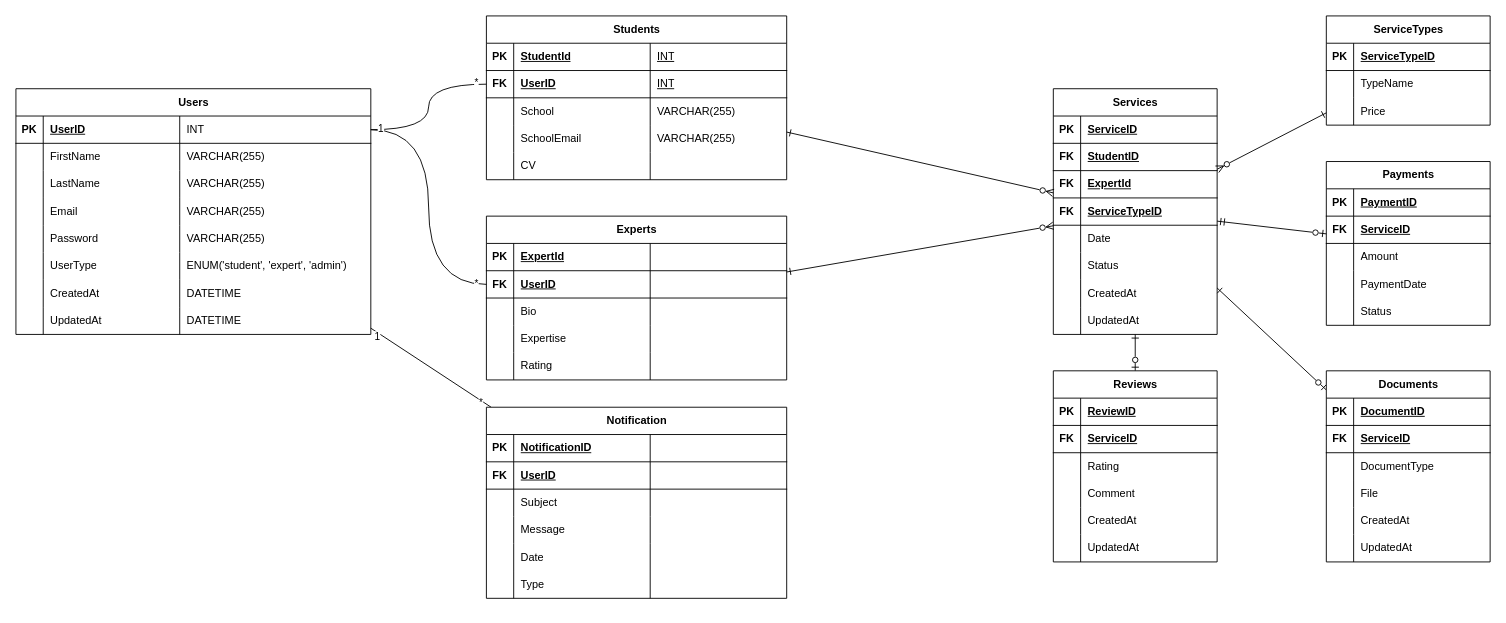
Before: ERD.drawio in tamir-cqu/uml-diagram, a draw.io diagram. Source tidied: cells renumbered, new cells numbered last; positions are measured from the earlier drawing's top-left corner, leaving out a move shared by most shapes. Both pictures are drawn from the tidied source at 91%, with x=0, y=0 at pixel (15, 15).
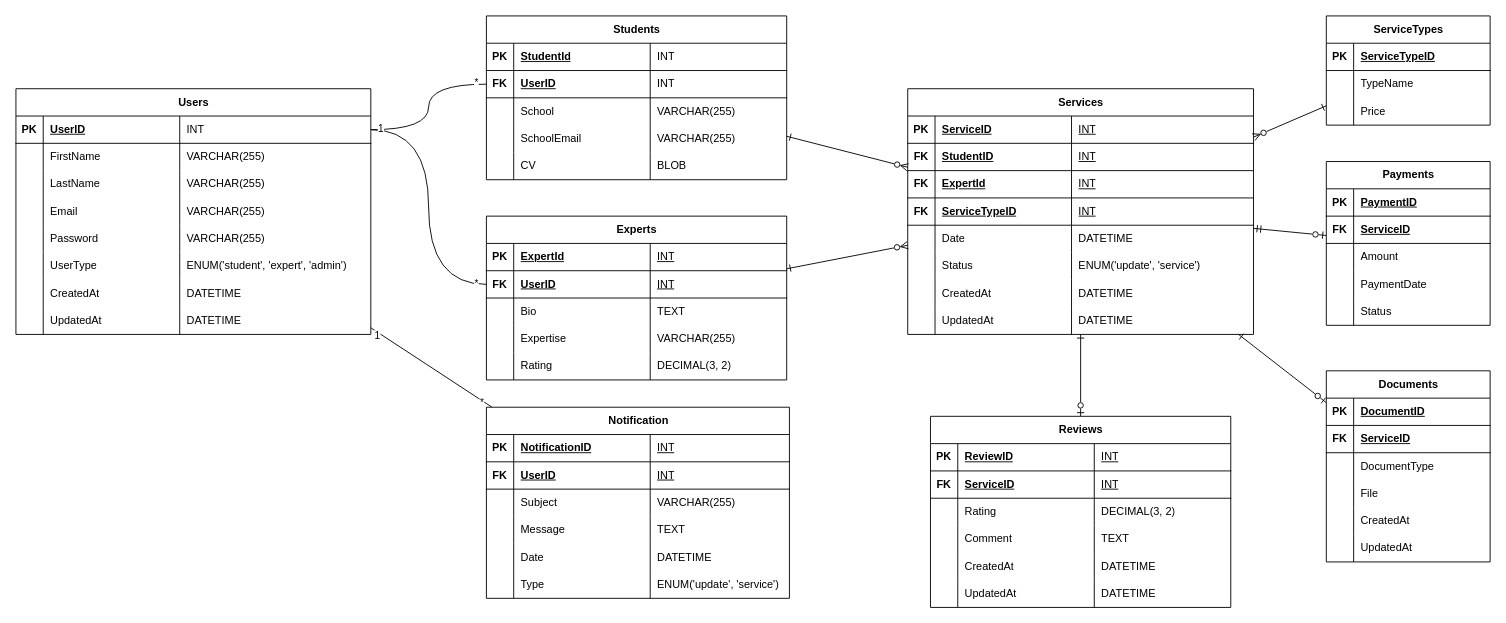
The same page after the edit.

Unchanged cells that the change refers to:
```xml
<mxCell id="36" style="shape=tableRow;horizontal=0;startSize=0;swimlaneHead=0;swimlaneBody=0;fillColor=none;top=0;left=0;right=0;bottom=1;" parent="35" vertex="1">
  <mxGeometry y="30" width="330" height="30" as="geometry" />
</mxCell>
<mxCell id="40" style="shape=tableRow;horizontal=0;startSize=0;swimlaneHead=0;swimlaneBody=0;fillColor=none;points=[[0,0.5],[1,0.5]];portConstraint=eastwest;top=0;left=0;right=0;bottom=1;" parent="35" vertex="1">
  <mxGeometry y="60" width="330" height="30" as="geometry" />
</mxCell>
<mxCell id="44" style="shape=tableRow;horizontal=0;startSize=0;swimlaneHead=0;swimlaneBody=0;fillColor=none;top=0;left=0;right=0;bottom=0;" parent="35" vertex="1">
  <mxGeometry y="90" width="330" height="30" as="geometry" />
</mxCell>
<mxCell id="48" style="shape=tableRow;horizontal=0;startSize=0;swimlaneHead=0;swimlaneBody=0;fillColor=none;top=0;left=0;right=0;bottom=0;" parent="35" vertex="1">
  <mxGeometry y="120" width="330" height="30" as="geometry" />
</mxCell>
<mxCell id="52" style="shape=tableRow;horizontal=0;startSize=0;swimlaneHead=0;swimlaneBody=0;fillColor=none;top=0;left=0;right=0;bottom=0;" parent="35" vertex="1">
  <mxGeometry y="150" width="330" height="30" as="geometry" />
</mxCell>
<mxCell id="60" style="shape=tableRow;horizontal=0;startSize=0;swimlaneHead=0;swimlaneBody=0;fillColor=none;top=0;left=0;right=0;bottom=1;" parent="59" vertex="1">
  <mxGeometry y="30" width="330" height="30" as="geometry" />
</mxCell>
<mxCell id="64" style="shape=tableRow;horizontal=0;startSize=0;swimlaneHead=0;swimlaneBody=0;fillColor=none;points=[[0,0.5],[1,0.5]];portConstraint=eastwest;top=0;left=0;right=0;bottom=1;" parent="59" vertex="1">
  <mxGeometry y="60" width="330" height="30" as="geometry" />
</mxCell>
<mxCell id="76" style="shape=tableRow;horizontal=0;startSize=0;swimlaneHead=0;swimlaneBody=0;fillColor=none;top=0;left=0;right=0;bottom=0;" parent="59" vertex="1">
  <mxGeometry y="150" width="330" height="30" as="geometry" />
</mxCell>
```

Diff of the diagram source:
```diff
@@
-    <mxCell id="39" style="shape=partialRectangle;fillColor=none;top=0;left=0;bottom=0;right=0;align=left;spacingLeft=6;fontStyle=5;overflow=hidden;whiteSpace=wrap;html=1;" parent="36" vertex="1">
+    <mxCell id="39" value="&lt;span style=&quot;font-weight: 400;&quot;&gt;INT&lt;/span&gt;" style="shape=partialRectangle;fillColor=none;top=0;left=0;bottom=0;right=0;align=left;spacingLeft=6;fontStyle=5;overflow=hidden;whiteSpace=wrap;html=1;" parent="36" vertex="1">
       <mxGeometry x="180" width="150" height="30" as="geometry" />
     </mxCell>
@@
-    <mxCell id="43" style="shape=partialRectangle;fillColor=none;top=0;left=0;bottom=0;right=0;align=left;spacingLeft=6;fontStyle=5;overflow=hidden;whiteSpace=wrap;html=1;" parent="40" vertex="1">
+    <mxCell id="43" value="&lt;span style=&quot;font-weight: 400;&quot;&gt;INT&lt;/span&gt;" style="shape=partialRectangle;fillColor=none;top=0;left=0;bottom=0;right=0;align=left;spacingLeft=6;fontStyle=5;overflow=hidden;whiteSpace=wrap;html=1;" parent="40" vertex="1">
       <mxGeometry x="180" width="150" height="30" as="geometry" />
     </mxCell>
@@
-    <mxCell id="47" style="shape=partialRectangle;fillColor=none;top=0;left=0;bottom=0;right=0;align=left;spacingLeft=6;overflow=hidden;whiteSpace=wrap;html=1;" parent="44" vertex="1">
+    <mxCell id="47" value="TEXT" style="shape=partialRectangle;fillColor=none;top=0;left=0;bottom=0;right=0;align=left;spacingLeft=6;overflow=hidden;whiteSpace=wrap;html=1;" parent="44" vertex="1">
       <mxGeometry x="180" width="150" height="30" as="geometry" />
     </mxCell>
@@
-    <mxCell id="51" style="shape=partialRectangle;fillColor=none;top=0;left=0;bottom=0;right=0;align=left;spacingLeft=6;overflow=hidden;whiteSpace=wrap;html=1;" parent="48" vertex="1">
+    <mxCell id="51" value="VARCHAR(255)" style="shape=partialRectangle;fillColor=none;top=0;left=0;bottom=0;right=0;align=left;spacingLeft=6;overflow=hidden;whiteSpace=wrap;html=1;" parent="48" vertex="1">
       <mxGeometry x="180" width="150" height="30" as="geometry" />
     </mxCell>
@@
-    <mxCell id="55" style="shape=partialRectangle;fillColor=none;top=0;left=0;bottom=0;right=0;align=left;spacingLeft=6;overflow=hidden;whiteSpace=wrap;html=1;" parent="52" vertex="1">
+    <mxCell id="55" value="&lt;span class=&quot;hljs-type&quot;&gt;DECIMAL&lt;/span&gt;(&lt;span class=&quot;hljs-number&quot;&gt;3&lt;/span&gt;, &lt;span class=&quot;hljs-number&quot;&gt;2&lt;/span&gt;)" style="shape=partialRectangle;fillColor=none;top=0;left=0;bottom=0;right=0;align=left;spacingLeft=6;overflow=hidden;whiteSpace=wrap;html=1;" parent="52" vertex="1">
       <mxGeometry x="180" width="150" height="30" as="geometry" />
     </mxCell>
@@
-    <mxCell id="63" value="&lt;span style=&quot;font-weight: 400;&quot;&gt;INT&lt;/span&gt;" style="shape=partialRectangle;fillColor=none;top=0;left=0;bottom=0;right=0;align=left;spacingLeft=6;fontStyle=5;overflow=hidden;whiteSpace=wrap;html=1;" parent="60" vertex="1">
+    <mxCell id="63" value="&lt;span style=&quot;&quot;&gt;INT&lt;/span&gt;" style="shape=partialRectangle;fillColor=none;top=0;left=0;bottom=0;right=0;align=left;spacingLeft=6;fontStyle=0;overflow=hidden;whiteSpace=wrap;html=1;" parent="60" vertex="1">
       <mxGeometry x="180" width="150" height="30" as="geometry" />
     </mxCell>
@@
-    <mxCell id="67" value="&lt;span style=&quot;font-weight: 400;&quot;&gt;INT&lt;/span&gt;" style="shape=partialRectangle;fillColor=none;top=0;left=0;bottom=0;right=0;align=left;spacingLeft=6;fontStyle=5;overflow=hidden;whiteSpace=wrap;html=1;" parent="64" vertex="1">
+    <mxCell id="67" value="&lt;span style=&quot;&quot;&gt;INT&lt;/span&gt;" style="shape=partialRectangle;fillColor=none;top=0;left=0;bottom=0;right=0;align=left;spacingLeft=6;fontStyle=0;overflow=hidden;whiteSpace=wrap;html=1;" parent="64" vertex="1">
       <mxGeometry x="180" width="150" height="30" as="geometry" />
     </mxCell>
@@
-    <mxCell id="79" value="&lt;span style=&quot;color: rgba(0, 0, 0, 0); font-family: monospace; font-size: 0px; text-wrap: nowrap;&quot;&gt;qawdqwd&lt;/span&gt;" style="shape=partialRectangle;fillColor=none;top=0;left=0;bottom=0;right=0;align=left;spacingLeft=6;overflow=hidden;whiteSpace=wrap;html=1;" parent="76" vertex="1">
+    <mxCell id="79" value="BLOB" style="shape=partialRectangle;fillColor=none;top=0;left=0;bottom=0;right=0;align=left;spacingLeft=6;overflow=hidden;whiteSpace=wrap;html=1;" parent="76" vertex="1">
       <mxGeometry x="180" width="150" height="30" as="geometry" />
     </mxCell>
@@
     <mxCell id="85" value="Services" style="shape=table;startSize=30;childLayout=tableLayout;rowLines=0;fontStyle=1;align=center;html=1;" parent="1" vertex="1">
-      <mxGeometry x="1140" y="80" width="180" height="270" as="geometry" />
+      <mxGeometry x="980" y="80" width="380" height="270" as="geometry" />
     </mxCell>
     <mxCell id="86" style="shape=tableRow;horizontal=0;startSize=0;swimlaneHead=0;swimlaneBody=0;fillColor=none;top=0;left=0;right=0;bottom=1;" parent="85" vertex="1">
-      <mxGeometry y="30" width="180" height="30" as="geometry" />
+      <mxGeometry y="30" width="380" height="30" as="geometry" />
     </mxCell>
@@
+    <mxCell id="205" value="&lt;span style=&quot;font-weight: 400;&quot;&gt;INT&lt;/span&gt;" style="shape=partialRectangle;fillColor=none;top=0;left=0;bottom=0;right=0;align=left;spacingLeft=6;fontStyle=5;overflow=hidden;whiteSpace=wrap;html=1;" parent="86" vertex="1">
+      <mxGeometry x="180" width="200" height="30" as="geometry" />
+    </mxCell>
     <mxCell id="89" style="shape=tableRow;horizontal=0;startSize=0;swimlaneHead=0;swimlaneBody=0;fillColor=none;top=0;left=0;right=0;bottom=1;" parent="85" vertex="1">
-      <mxGeometry y="60" width="180" height="30" as="geometry" />
+      <mxGeometry y="60" width="380" height="30" as="geometry" />
     </mxCell>
@@
+    <mxCell id="206" value="&lt;span style=&quot;font-weight: 400;&quot;&gt;INT&lt;/span&gt;" style="shape=partialRectangle;fillColor=none;top=0;left=0;bottom=0;right=0;align=left;spacingLeft=6;fontStyle=5;overflow=hidden;whiteSpace=wrap;html=1;" parent="89" vertex="1">
+      <mxGeometry x="180" width="200" height="30" as="geometry" />
+    </mxCell>
     <mxCell id="92" style="shape=tableRow;horizontal=0;startSize=0;swimlaneHead=0;swimlaneBody=0;fillColor=none;top=0;left=0;right=0;bottom=1;" parent="85" vertex="1">
-      <mxGeometry y="90" width="180" height="30" as="geometry" />
+      <mxGeometry y="90" width="380" height="30" as="geometry" />
     </mxCell>
@@
+    <mxCell id="207" value="&lt;span style=&quot;font-weight: 400;&quot;&gt;INT&lt;/span&gt;" style="shape=partialRectangle;fillColor=none;top=0;left=0;bottom=0;right=0;align=left;spacingLeft=6;fontStyle=5;overflow=hidden;whiteSpace=wrap;html=1;" parent="92" vertex="1">
+      <mxGeometry x="180" width="200" height="30" as="geometry" />
+    </mxCell>
     <mxCell id="95" style="shape=tableRow;horizontal=0;startSize=0;swimlaneHead=0;swimlaneBody=0;fillColor=none;top=0;left=0;right=0;bottom=1;" parent="85" vertex="1">
-      <mxGeometry y="120" width="180" height="30" as="geometry" />
+      <mxGeometry y="120" width="380" height="30" as="geometry" />
     </mxCell>
@@
+    <mxCell id="208" value="&lt;span style=&quot;font-weight: 400;&quot;&gt;INT&lt;/span&gt;" style="shape=partialRectangle;fillColor=none;top=0;left=0;bottom=0;right=0;align=left;spacingLeft=6;fontStyle=5;overflow=hidden;whiteSpace=wrap;html=1;" parent="95" vertex="1">
+      <mxGeometry x="180" width="200" height="30" as="geometry" />
+    </mxCell>
     <mxCell id="98" style="shape=tableRow;horizontal=0;startSize=0;swimlaneHead=0;swimlaneBody=0;fillColor=none;top=0;left=0;right=0;bottom=0;" parent="85" vertex="1">
-      <mxGeometry y="150" width="180" height="30" as="geometry" />
+      <mxGeometry y="150" width="380" height="30" as="geometry" />
     </mxCell>
@@
+    <mxCell id="209" value="DATETIME" style="shape=partialRectangle;fillColor=none;top=0;left=0;bottom=0;right=0;align=left;spacingLeft=6;overflow=hidden;whiteSpace=wrap;html=1;" parent="98" vertex="1">
+      <mxGeometry x="180" width="200" height="30" as="geometry" />
+    </mxCell>
     <mxCell id="101" style="shape=tableRow;horizontal=0;startSize=0;swimlaneHead=0;swimlaneBody=0;fillColor=none;top=0;left=0;right=0;bottom=0;" parent="85" vertex="1">
-      <mxGeometry y="180" width="180" height="30" as="geometry" />
+      <mxGeometry y="180" width="380" height="30" as="geometry" />
     </mxCell>
@@
+    <mxCell id="210" value="ENUM('update', 'service')" style="shape=partialRectangle;fillColor=none;top=0;left=0;bottom=0;right=0;align=left;spacingLeft=6;overflow=hidden;whiteSpace=wrap;html=1;" parent="101" vertex="1">
+      <mxGeometry x="180" width="200" height="30" as="geometry" />
+    </mxCell>
     <mxCell id="104" style="shape=tableRow;horizontal=0;startSize=0;swimlaneHead=0;swimlaneBody=0;fillColor=none;top=0;left=0;right=0;bottom=0;" parent="85" vertex="1">
-      <mxGeometry y="210" width="180" height="30" as="geometry" />
+      <mxGeometry y="210" width="380" height="30" as="geometry" />
     </mxCell>
@@
+    <mxCell id="211" value="DATETIME" style="shape=partialRectangle;fillColor=none;top=0;left=0;bottom=0;right=0;align=left;spacingLeft=6;overflow=hidden;whiteSpace=wrap;html=1;" parent="104" vertex="1">
+      <mxGeometry x="180" width="200" height="30" as="geometry" />
+    </mxCell>
     <mxCell id="107" style="shape=tableRow;horizontal=0;startSize=0;swimlaneHead=0;swimlaneBody=0;fillColor=none;top=0;left=0;right=0;bottom=0;" parent="85" vertex="1">
-      <mxGeometry y="240" width="180" height="30" as="geometry" />
+      <mxGeometry y="240" width="380" height="30" as="geometry" />
     </mxCell>
@@
+    <mxCell id="212" value="DATETIME" style="shape=partialRectangle;fillColor=none;top=0;left=0;bottom=0;right=0;align=left;spacingLeft=6;overflow=hidden;whiteSpace=wrap;html=1;" parent="107" vertex="1">
+      <mxGeometry x="180" width="200" height="30" as="geometry" />
+    </mxCell>
@@
     <mxCell id="142" value="Notification" style="shape=table;startSize=30;childLayout=tableLayout;rowLines=0;fontStyle=1;align=center;html=1;" parent="1" vertex="1">
-      <mxGeometry x="517" y="430" width="330" height="210" as="geometry" />
+      <mxGeometry x="517" y="430" width="333" height="210" as="geometry" />
     </mxCell>
     <mxCell id="143" style="shape=tableRow;horizontal=0;startSize=0;swimlaneHead=0;swimlaneBody=0;fillColor=none;top=0;left=0;right=0;bottom=1;" parent="142" vertex="1">
-      <mxGeometry y="30" width="330" height="30" as="geometry" />
+      <mxGeometry y="30" width="333" height="30" as="geometry" />
     </mxCell>
@@
-    <mxCell id="146" style="shape=partialRectangle;fillColor=none;top=0;left=0;bottom=0;right=0;align=left;spacingLeft=6;fontStyle=5;overflow=hidden;whiteSpace=wrap;html=1;" parent="143" vertex="1">
-      <mxGeometry x="180" width="150" height="30" as="geometry" />
+    <mxCell id="146" value="&lt;span style=&quot;font-weight: 400;&quot;&gt;INT&lt;/span&gt;" style="shape=partialRectangle;fillColor=none;top=0;left=0;bottom=0;right=0;align=left;spacingLeft=6;fontStyle=5;overflow=hidden;whiteSpace=wrap;html=1;" parent="143" vertex="1">
+      <mxGeometry x="180" width="153" height="30" as="geometry" />
     </mxCell>
     <mxCell id="147" style="shape=tableRow;horizontal=0;startSize=0;swimlaneHead=0;swimlaneBody=0;fillColor=none;top=0;left=0;right=0;bottom=1;" parent="142" vertex="1">
-      <mxGeometry y="60" width="330" height="30" as="geometry" />
+      <mxGeometry y="60" width="333" height="30" as="geometry" />
     </mxCell>
@@
-    <mxCell id="150" style="shape=partialRectangle;fillColor=none;top=0;left=0;bottom=0;right=0;align=left;spacingLeft=6;fontStyle=5;overflow=hidden;whiteSpace=wrap;html=1;" parent="147" vertex="1">
-      <mxGeometry x="180" width="150" height="30" as="geometry" />
+    <mxCell id="150" value="&lt;span style=&quot;font-weight: 400;&quot;&gt;INT&lt;/span&gt;" style="shape=partialRectangle;fillColor=none;top=0;left=0;bottom=0;right=0;align=left;spacingLeft=6;fontStyle=5;overflow=hidden;whiteSpace=wrap;html=1;" parent="147" vertex="1">
+      <mxGeometry x="180" width="153" height="30" as="geometry" />
     </mxCell>
     <mxCell id="151" style="shape=tableRow;horizontal=0;startSize=0;swimlaneHead=0;swimlaneBody=0;fillColor=none;top=0;left=0;right=0;bottom=0;" parent="142" vertex="1">
-      <mxGeometry y="90" width="330" height="30" as="geometry" />
+      <mxGeometry y="90" width="333" height="30" as="geometry" />
     </mxCell>
@@
-    <mxCell id="154" style="shape=partialRectangle;fillColor=none;top=0;left=0;bottom=0;right=0;align=left;spacingLeft=6;overflow=hidden;whiteSpace=wrap;html=1;" parent="151" vertex="1">
-      <mxGeometry x="180" width="150" height="30" as="geometry" />
+    <mxCell id="154" value="VARCHAR(255)" style="shape=partialRectangle;fillColor=none;top=0;left=0;bottom=0;right=0;align=left;spacingLeft=6;overflow=hidden;whiteSpace=wrap;html=1;" parent="151" vertex="1">
+      <mxGeometry x="180" width="153" height="30" as="geometry" />
     </mxCell>
     <mxCell id="155" style="shape=tableRow;horizontal=0;startSize=0;swimlaneHead=0;swimlaneBody=0;fillColor=none;top=0;left=0;right=0;bottom=0;" parent="142" vertex="1">
-      <mxGeometry y="120" width="330" height="30" as="geometry" />
+      <mxGeometry y="120" width="333" height="30" as="geometry" />
     </mxCell>
@@
-    <mxCell id="158" style="shape=partialRectangle;fillColor=none;top=0;left=0;bottom=0;right=0;align=left;spacingLeft=6;overflow=hidden;whiteSpace=wrap;html=1;" parent="155" vertex="1">
-      <mxGeometry x="180" width="150" height="30" as="geometry" />
+    <mxCell id="158" value="TEXT" style="shape=partialRectangle;fillColor=none;top=0;left=0;bottom=0;right=0;align=left;spacingLeft=6;overflow=hidden;whiteSpace=wrap;html=1;" parent="155" vertex="1">
+      <mxGeometry x="180" width="153" height="30" as="geometry" />
     </mxCell>
     <mxCell id="159" style="shape=tableRow;horizontal=0;startSize=0;swimlaneHead=0;swimlaneBody=0;fillColor=none;top=0;left=0;right=0;bottom=0;" parent="142" vertex="1">
-      <mxGeometry y="150" width="330" height="30" as="geometry" />
+      <mxGeometry y="150" width="333" height="30" as="geometry" />
     </mxCell>
@@
-    <mxCell id="162" style="shape=partialRectangle;fillColor=none;top=0;left=0;bottom=0;right=0;align=left;spacingLeft=6;overflow=hidden;whiteSpace=wrap;html=1;" parent="159" vertex="1">
-      <mxGeometry x="180" width="150" height="30" as="geometry" />
+    <mxCell id="162" value="DATETIME" style="shape=partialRectangle;fillColor=none;top=0;left=0;bottom=0;right=0;align=left;spacingLeft=6;overflow=hidden;whiteSpace=wrap;html=1;" parent="159" vertex="1">
+      <mxGeometry x="180" width="153" height="30" as="geometry" />
     </mxCell>
     <mxCell id="163" style="shape=tableRow;horizontal=0;startSize=0;swimlaneHead=0;swimlaneBody=0;fillColor=none;top=0;left=0;right=0;bottom=0;" parent="142" vertex="1">
-      <mxGeometry y="180" width="330" height="30" as="geometry" />
+      <mxGeometry y="180" width="333" height="30" as="geometry" />
     </mxCell>
@@
-    <mxCell id="166" style="shape=partialRectangle;fillColor=none;top=0;left=0;bottom=0;right=0;align=left;spacingLeft=6;overflow=hidden;whiteSpace=wrap;html=1;" parent="163" vertex="1">
-      <mxGeometry x="180" width="150" height="30" as="geometry" />
+    <mxCell id="166" value="ENUM('update', 'service')" style="shape=partialRectangle;fillColor=none;top=0;left=0;bottom=0;right=0;align=left;spacingLeft=6;overflow=hidden;whiteSpace=wrap;html=1;" parent="163" vertex="1">
+      <mxGeometry x="180" width="153" height="30" as="geometry" />
     </mxCell>
     <mxCell id="167" value="Reviews" style="shape=table;startSize=30;childLayout=tableLayout;rowLines=0;fontStyle=1;align=center;html=1;" parent="1" vertex="1">
-      <mxGeometry x="1140" y="390" width="180" height="210" as="geometry" />
+      <mxGeometry x="1005" y="440" width="330" height="210" as="geometry" />
     </mxCell>
     <mxCell id="168" style="shape=tableRow;horizontal=0;startSize=0;swimlaneHead=0;swimlaneBody=0;fillColor=none;top=0;left=0;right=0;bottom=1;" parent="167" vertex="1">
-      <mxGeometry y="30" width="180" height="30" as="geometry" />
+      <mxGeometry y="30" width="330" height="30" as="geometry" />
     </mxCell>
@@
+    <mxCell id="213" value="&lt;span style=&quot;font-weight: 400;&quot;&gt;INT&lt;/span&gt;" style="shape=partialRectangle;fillColor=none;top=0;left=0;bottom=0;right=0;align=left;spacingLeft=6;fontStyle=5;overflow=hidden;whiteSpace=wrap;html=1;" parent="168" vertex="1">
+      <mxGeometry x="180" width="150" height="30" as="geometry" />
+    </mxCell>
     <mxCell id="171" style="shape=tableRow;horizontal=0;startSize=0;swimlaneHead=0;swimlaneBody=0;fillColor=none;top=0;left=0;right=0;bottom=1;" parent="167" vertex="1">
-      <mxGeometry y="60" width="180" height="30" as="geometry" />
+      <mxGeometry y="60" width="330" height="30" as="geometry" />
     </mxCell>
@@
+    <mxCell id="214" value="&lt;span style=&quot;font-weight: 400;&quot;&gt;INT&lt;/span&gt;" style="shape=partialRectangle;fillColor=none;top=0;left=0;bottom=0;right=0;align=left;spacingLeft=6;fontStyle=5;overflow=hidden;whiteSpace=wrap;html=1;" parent="171" vertex="1">
+      <mxGeometry x="180" width="150" height="30" as="geometry" />
+    </mxCell>
     <mxCell id="174" style="shape=tableRow;horizontal=0;startSize=0;swimlaneHead=0;swimlaneBody=0;fillColor=none;top=0;left=0;right=0;bottom=0;" parent="167" vertex="1">
-      <mxGeometry y="90" width="180" height="30" as="geometry" />
+      <mxGeometry y="90" width="330" height="30" as="geometry" />
     </mxCell>
@@
+    <mxCell id="215" value="&lt;span class=&quot;hljs-type&quot;&gt;DECIMAL&lt;/span&gt;(&lt;span class=&quot;hljs-number&quot;&gt;3&lt;/span&gt;,&amp;nbsp;&lt;span class=&quot;hljs-number&quot;&gt;2&lt;/span&gt;)" style="shape=partialRectangle;fillColor=none;top=0;left=0;bottom=0;right=0;align=left;spacingLeft=6;overflow=hidden;whiteSpace=wrap;html=1;" parent="174" vertex="1">
+      <mxGeometry x="180" width="150" height="30" as="geometry" />
+    </mxCell>
     <mxCell id="177" style="shape=tableRow;horizontal=0;startSize=0;swimlaneHead=0;swimlaneBody=0;fillColor=none;top=0;left=0;right=0;bottom=0;" parent="167" vertex="1">
-      <mxGeometry y="120" width="180" height="30" as="geometry" />
+      <mxGeometry y="120" width="330" height="30" as="geometry" />
     </mxCell>
@@
+    <mxCell id="216" value="TEXT" style="shape=partialRectangle;fillColor=none;top=0;left=0;bottom=0;right=0;align=left;spacingLeft=6;overflow=hidden;whiteSpace=wrap;html=1;" parent="177" vertex="1">
+      <mxGeometry x="180" width="150" height="30" as="geometry" />
+    </mxCell>
     <mxCell id="180" style="shape=tableRow;horizontal=0;startSize=0;swimlaneHead=0;swimlaneBody=0;fillColor=none;top=0;left=0;right=0;bottom=0;" parent="167" vertex="1">
-      <mxGeometry y="150" width="180" height="30" as="geometry" />
+      <mxGeometry y="150" width="330" height="30" as="geometry" />
     </mxCell>
@@
+    <mxCell id="217" value="DATETIME" style="shape=partialRectangle;fillColor=none;top=0;left=0;bottom=0;right=0;align=left;spacingLeft=6;overflow=hidden;whiteSpace=wrap;html=1;" parent="180" vertex="1">
+      <mxGeometry x="180" width="150" height="30" as="geometry" />
+    </mxCell>
     <mxCell id="183" style="shape=tableRow;horizontal=0;startSize=0;swimlaneHead=0;swimlaneBody=0;fillColor=none;top=0;left=0;right=0;bottom=0;" parent="167" vertex="1">
-      <mxGeometry y="180" width="180" height="30" as="geometry" />
+      <mxGeometry y="180" width="330" height="30" as="geometry" />
     </mxCell>
@@
+    <mxCell id="218" value="DATETIME" style="shape=partialRectangle;fillColor=none;top=0;left=0;bottom=0;right=0;align=left;spacingLeft=6;overflow=hidden;whiteSpace=wrap;html=1;" parent="183" vertex="1">
+      <mxGeometry x="180" width="150" height="30" as="geometry" />
+    </mxCell>
```
